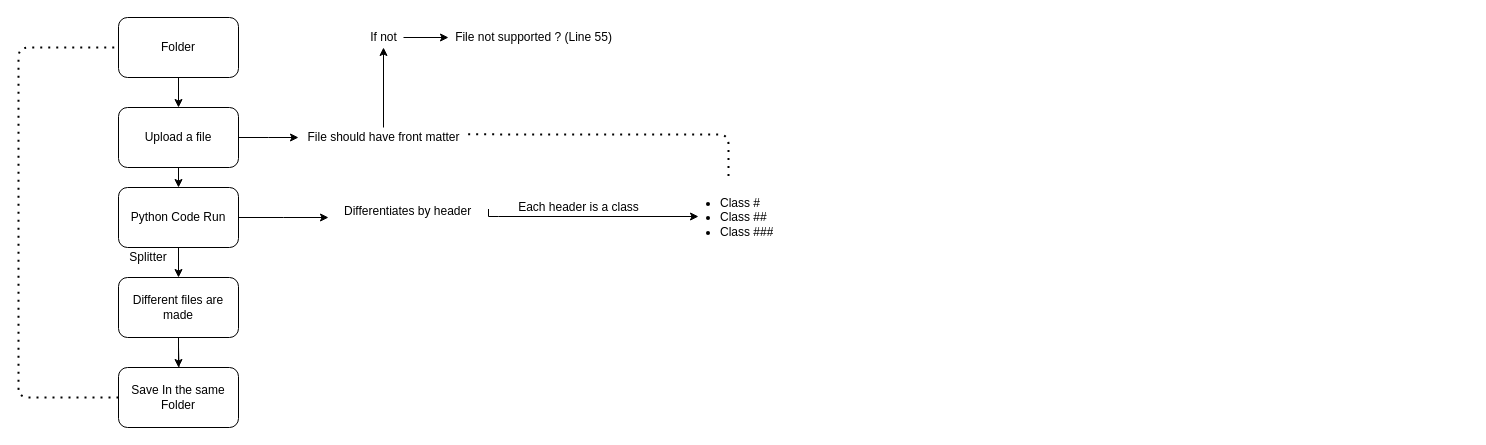
Before: code-splitter-test.drawio in MasihHedayati/code-splitter-test, a draw.io diagram. Source tidied: cells renumbered, new cells numbered last; positions are measured from the earlier drawing's top-left corner, leaving out a move shared by most shapes. Both pictures are drawn from the tidied source at 100%, with x=0, y=0 at pixel (18, 17).
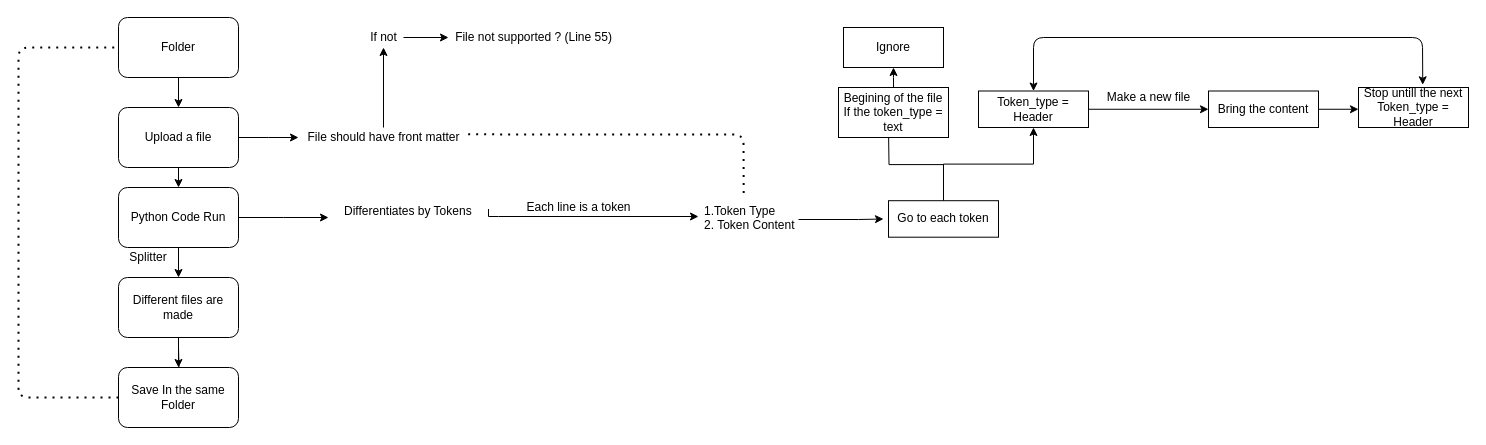
After the change.

The change refers to these unchanged cells:
```xml
<mxCell id="21" value="File should have front matter" style="text;html=1;align=center;verticalAlign=middle;points=[];strokeColor=none;fillColor=none;" parent="1" vertex="1">
  <mxGeometry x="280" y="110" width="170" height="20" as="geometry" />
</mxCell>
```

Change to the diagram source:
```diff
@@
-    <mxCell id="17" value="Differentiates by header&#10;    &#10;&#10;" style="text;strokeColor=none;fillColor=none;align=left;verticalAlign=top;spacingLeft=4;spacingRight=4;overflow=hidden;points=[[0,0.5],[1,0.5]];portConstraint=eastwest;" parent="1" vertex="1">
+    <mxCell id="17" value="Differentiates by Tokens&#10;    &#10;&#10;" style="text;strokeColor=none;fillColor=none;align=left;verticalAlign=top;spacingLeft=4;spacingRight=4;overflow=hidden;points=[[0,0.5],[1,0.5]];portConstraint=eastwest;" parent="1" vertex="1">
       <mxGeometry x="320" y="180" width="150" height="23" as="geometry" />
     </mxCell>
-    <mxCell id="18" value="Each header is a class" style="text;html=1;align=center;verticalAlign=middle;strokeColor=none;fillColor=none;" parent="1" vertex="1">
-      <mxGeometry x="490" y="180" width="140" height="20" as="geometry" />
+    <mxCell id="18" value="Each line is a token" style="text;html=1;align=center;verticalAlign=middle;strokeColor=none;fillColor=none;" parent="1" vertex="1">
+      <mxGeometry x="500" y="180" width="120" height="20" as="geometry" />
     </mxCell>
-    <mxCell id="19" value="&lt;ul&gt;&lt;li&gt;&lt;span&gt;Class #&lt;/span&gt;&lt;/li&gt;&lt;li&gt;&lt;span&gt;Class ##&lt;/span&gt;&lt;br&gt;&lt;/li&gt;&lt;li&gt;Class ###&lt;/li&gt;&lt;/ul&gt;" style="text;strokeColor=none;fillColor=none;html=1;whiteSpace=wrap;verticalAlign=middle;overflow=hidden;" parent="1" vertex="1">
-      <mxGeometry x="660" y="160" width="100" height="80" as="geometry" />
-    </mxCell>
@@
-    <mxCell id="22" style="endArrow=none;dashed=1;html=1;dashPattern=1 3;strokeWidth=2;exitX=0.998;exitY=0.343;exitDx=0;exitDy=0;exitPerimeter=0;entryX=0.5;entryY=0;entryDx=0;entryDy=0;" parent="1" edge="1" source="21" target="19">
+    <mxCell id="22" style="endArrow=none;dashed=1;html=1;dashPattern=1 3;strokeWidth=2;exitX=0.998;exitY=0.343;exitDx=0;exitDy=0;exitPerimeter=0;entryX=0.411;entryY=-0.038;entryDx=0;entryDy=0;entryPerimeter=0;" parent="1" edge="1" source="21" target="27">
       <mxGeometry relative="1" as="geometry">
         <Array as="points">
-          <mxPoint x="710" y="117" />
+          <mxPoint x="725" y="117" />
         </Array>
       </mxGeometry>
     </mxCell>
@@
+    <mxCell id="26" style="edgeStyle=orthogonalEdgeStyle;rounded=0;orthogonalLoop=1;jettySize=auto;html=1;" parent="1" edge="1">
+      <mxGeometry relative="1" as="geometry">
+        <mxPoint x="780" y="202" as="sourcePoint" />
+        <mxPoint x="865" y="201.5" as="targetPoint" />
+        <Array as="points">
+          <mxPoint x="840" y="202" />
+          <mxPoint x="840" y="202" />
+        </Array>
+      </mxGeometry>
+    </mxCell>
+    <mxCell id="27" value="1.Token Type&#10;2. Token Content&#10;" style="text;strokeColor=none;fillColor=none;align=left;verticalAlign=top;spacingLeft=4;spacingRight=4;overflow=hidden;points=[[0,0.5],[1,0.5]];portConstraint=eastwest;" parent="1" vertex="1">
+      <mxGeometry x="680" y="180" width="110" height="43" as="geometry" />
+    </mxCell>
+    <mxCell id="28" style="edgeStyle=orthogonalEdgeStyle;rounded=0;jettySize=auto;html=1;" parent="1" edge="1" source="30" target="32">
+      <mxGeometry relative="1" as="geometry" />
+    </mxCell>
+    <mxCell id="29" style="edgeStyle=orthogonalEdgeStyle;rounded=0;jettySize=auto;html=1;" parent="1" edge="1" source="30">
+      <mxGeometry relative="1" as="geometry">
+        <mxPoint x="870" y="110" as="targetPoint" />
+      </mxGeometry>
+    </mxCell>
+    <mxCell id="30" value="Go to each token" style="whiteSpace=wrap;html=1;" parent="1" vertex="1">
+      <mxGeometry x="870" y="183.2" width="110" height="36.5" as="geometry" />
+    </mxCell>
+    <mxCell id="31" style="edgeStyle=orthogonalEdgeStyle;rounded=0;jettySize=auto;html=1;" parent="1" edge="1" source="32" target="34">
+      <mxGeometry relative="1" as="geometry" />
+    </mxCell>
+    <mxCell id="32" value="Token_type = Header" style="whiteSpace=wrap;html=1;" parent="1" vertex="1">
+      <mxGeometry x="960" y="73.5" width="110" height="36.5" as="geometry" />
+    </mxCell>
+    <mxCell id="33" style="edgeStyle=orthogonalEdgeStyle;rounded=0;jettySize=auto;html=1;" parent="1" edge="1" source="34" target="35">
+      <mxGeometry relative="1" as="geometry">
+        <Array as="points">
+          <mxPoint x="1290" y="90" />
+          <mxPoint x="1290" y="90" />
+        </Array>
+      </mxGeometry>
+    </mxCell>
+    <mxCell id="34" value="Bring the content" style="whiteSpace=wrap;html=1;" parent="1" vertex="1">
+      <mxGeometry x="1190" y="73.5" width="110" height="36.5" as="geometry" />
+    </mxCell>
+    <mxCell id="35" value="Stop untill the next Token_type = Header" style="whiteSpace=wrap;html=1;" parent="1" vertex="1">
+      <mxGeometry x="1340" y="70" width="110" height="40" as="geometry" />
+    </mxCell>
+    <mxCell id="36" style="edgeStyle=orthogonalEdgeStyle;rounded=0;jettySize=auto;html=1;" parent="1" edge="1" source="37" target="38">
+      <mxGeometry relative="1" as="geometry">
+        <Array as="points">
+          <mxPoint x="875" y="60" />
+          <mxPoint x="875" y="60" />
+        </Array>
+      </mxGeometry>
+    </mxCell>
+    <mxCell id="37" value="Begining of the file If the token_type = text" style="whiteSpace=wrap;html=1;" parent="1" vertex="1">
+      <mxGeometry x="820" y="70" width="110" height="50" as="geometry" />
+    </mxCell>
+    <mxCell id="38" value="Ignore" style="whiteSpace=wrap;html=1;" parent="1" vertex="1">
+      <mxGeometry x="825" y="10" width="100" height="40" as="geometry" />
+    </mxCell>
+    <mxCell id="39" value="Make a new file" style="text;html=1;align=center;verticalAlign=middle;strokeColor=none;fillColor=none;" parent="1" vertex="1">
+      <mxGeometry x="1080" y="70" width="100" height="20" as="geometry" />
+    </mxCell>
+    <mxCell id="40" style="endArrow=classic;startArrow=classic;html=1;exitX=0.5;exitY=0;exitDx=0;exitDy=0;entryX=0.584;entryY=-0.068;entryDx=0;entryDy=0;entryPerimeter=0;" parent="1" edge="1" source="32" target="35">
+      <mxGeometry relative="1" as="geometry">
+        <Array as="points">
+          <mxPoint x="1015" y="20" />
+          <mxPoint x="1404" y="20" />
+        </Array>
+      </mxGeometry>
+    </mxCell>
```
